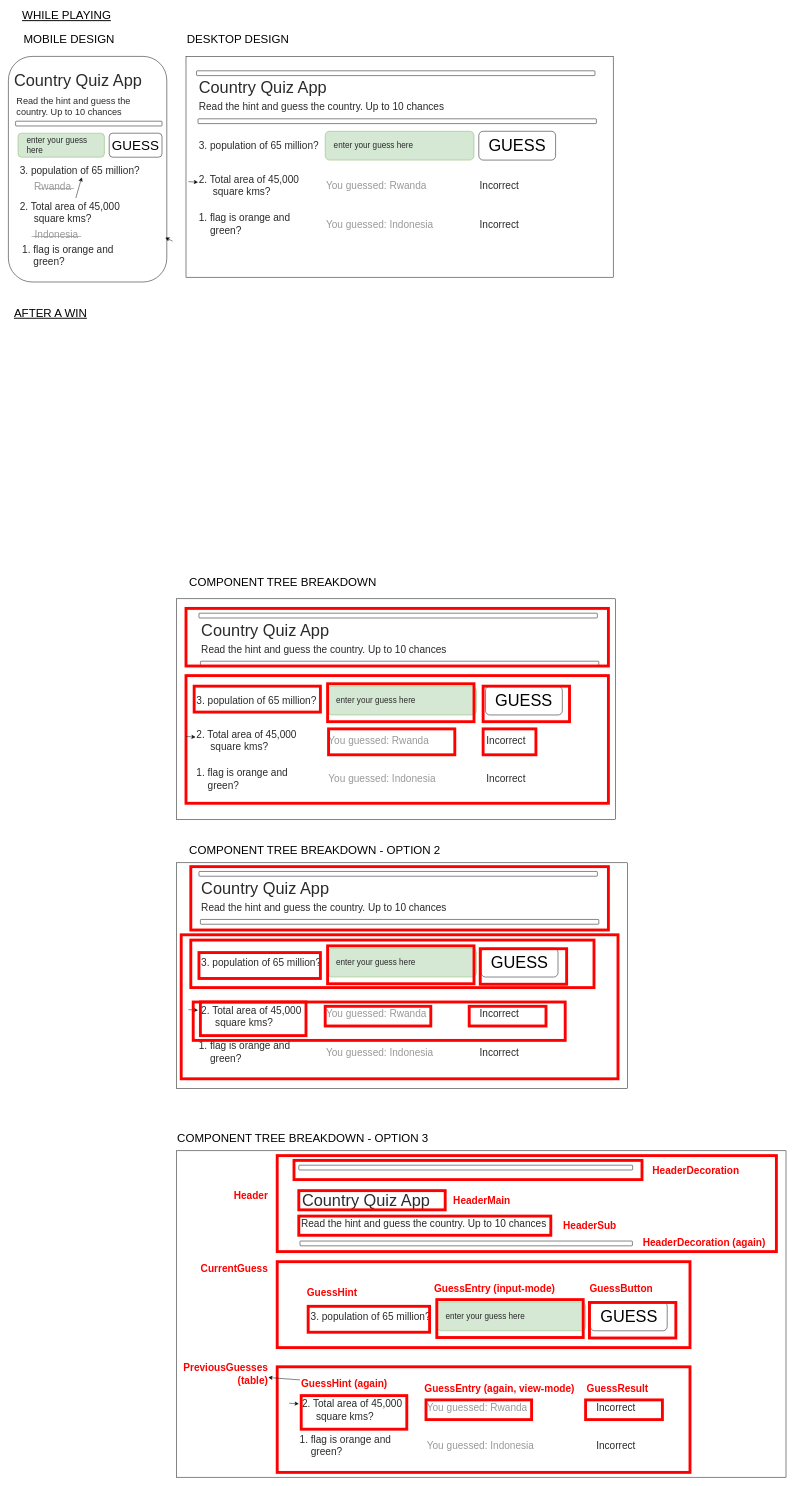
Above: quiz-design.drawio in nicfheorais/country-api-quiz (draw.io), before the change. Source tidied: cells renumbered, new cells numbered last; positions are measured from the earlier drawing's top-left corner, leaving out a move shared by most shapes. Both pictures are drawn from the tidied source at 48%, with x=0, y=0 at pixel (8, 8).
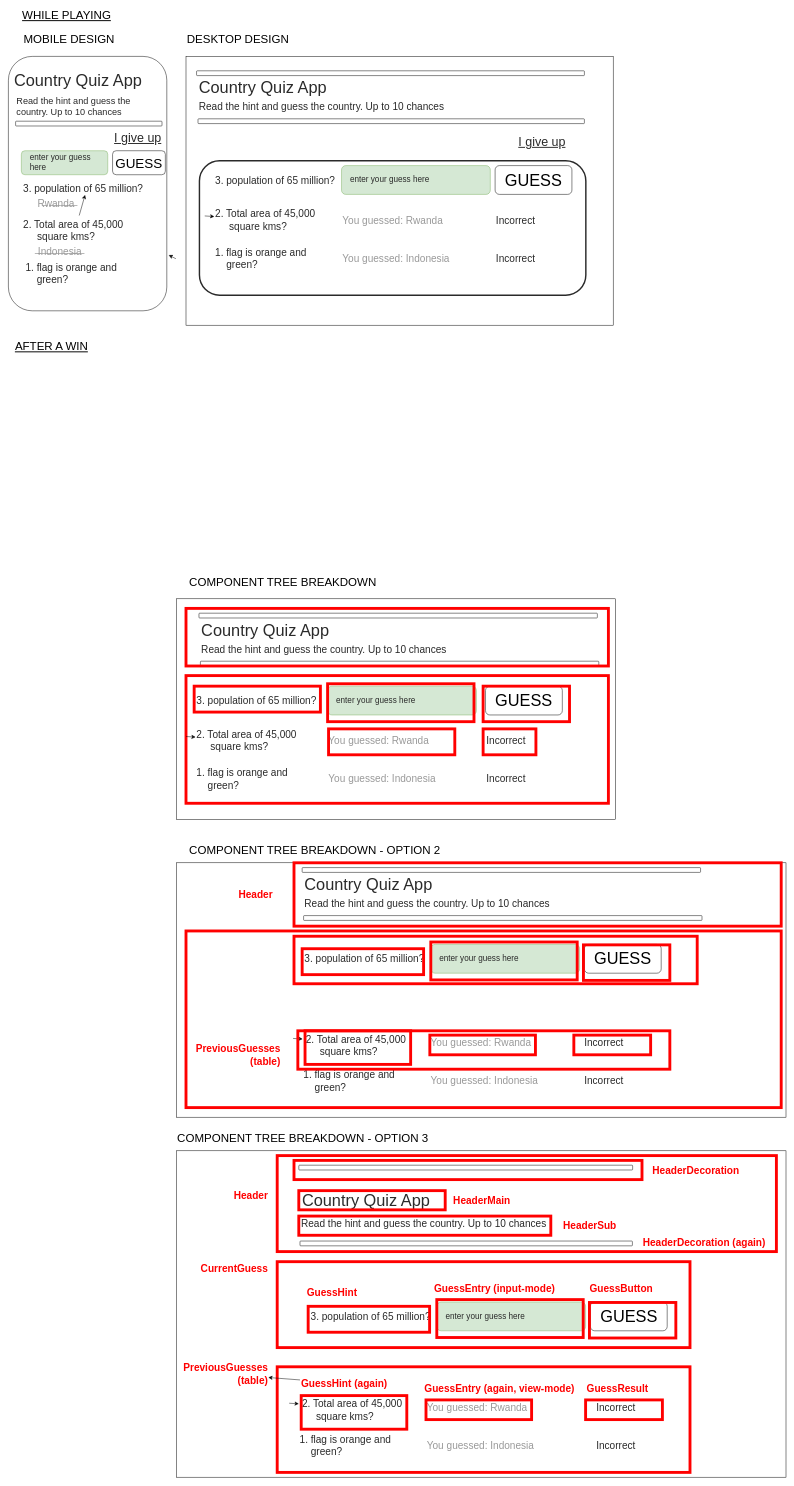
Above is the later version.

Commit message (it also covers changes not shown here):
expanded design and the readme desciription

Change to the diagram source:
```diff
@@
+    <mxCell id="4" style="rounded=0;whiteSpace=wrap;html=1;fillColor=#FFFFFF;" parent="1" vertex="1">
+      <mxGeometry x="370" y="100" width="890" height="560" as="geometry" />
+    </mxCell>
@@
-    <mxCell id="4" style="rounded=0;whiteSpace=wrap;html=1;fillColor=#FFFFFF;" parent="1" vertex="1">
-      <mxGeometry x="370" y="100" width="890" height="460" as="geometry" />
-    </mxCell>
     <mxCell id="5" value="Incorrect" style="text;html=1;strokeColor=none;fillColor=none;align=left;verticalAlign=middle;whiteSpace=wrap;rounded=0;fontSize=21;fontColor=#2A2A2A;" parent="1" vertex="1">
-      <mxGeometry x="980" y="354" width="160" height="30" as="geometry" />
+      <mxGeometry x="1014" y="425.5" width="160" height="30" as="geometry" />
     </mxCell>
@@
     <mxCell id="7" style="rounded=1;whiteSpace=wrap;html=1;fillColor=#FFFFFF;" parent="1" vertex="1">
-      <mxGeometry y="100" width="330" height="470" as="geometry" />
+      <mxGeometry y="100" width="330" height="530" as="geometry" />
     </mxCell>
@@
     <mxCell id="9" value="GUESS" style="rounded=1;whiteSpace=wrap;html=1;fontSize=34;fontStyle=0;align=center;" parent="1" vertex="1">
-      <mxGeometry x="980" y="256" width="160" height="60" as="geometry" />
+      <mxGeometry x="1014" y="327.5" width="160" height="60" as="geometry" />
     </mxCell>
     <mxCell id="10" value="&lt;font color=&quot;#2a2a2a&quot;&gt;enter your guess here&lt;/font&gt;" style="rounded=1;whiteSpace=wrap;html=1;fillColor=#d5e8d4;strokeColor=#82b366;align=left;fontColor=#1A1A1A;fontSize=17;spacingLeft=16;" parent="1" vertex="1">
-      <mxGeometry x="660" y="256" width="310" height="60" as="geometry" />
+      <mxGeometry x="694" y="327.5" width="310" height="60" as="geometry" />
     </mxCell>
@@
     <mxCell id="13" value="3. population of 65 million?" style="text;html=1;align=left;verticalAlign=middle;fillColor=none;strokeColor=none;rounded=0;fontSize=21;fontColor=#2A2A2A;" parent="1" vertex="1">
-      <mxGeometry x="395" y="271" width="270" height="30" as="geometry" />
+      <mxGeometry x="429" y="342.5" width="270" height="30" as="geometry" />
     </mxCell>
     <mxCell id="14" value="2. Total area of 45,000 &lt;br&gt;&amp;nbsp; &amp;nbsp; &amp;nbsp;square kms?" style="text;html=1;align=left;verticalAlign=middle;points=[];fillColor=none;strokeColor=none;rounded=0;fontSize=21;fontColor=#2A2A2A;" parent="1" vertex="1">
-      <mxGeometry x="395" y="339" width="220" height="60" as="geometry" />
+      <mxGeometry x="429" y="410.5" width="220" height="60" as="geometry" />
     </mxCell>
     <mxCell id="15" value="1. flag is orange and &lt;br&gt;&amp;nbsp; &amp;nbsp; green?" style="text;html=1;align=left;verticalAlign=middle;fillColor=none;strokeColor=none;rounded=0;fontSize=21;fontColor=#2A2A2A;" parent="1" vertex="1">
-      <mxGeometry x="395" y="419" width="210" height="60" as="geometry" />
+      <mxGeometry x="429" y="490.5" width="210" height="60" as="geometry" />
     </mxCell>
     <mxCell id="16" value="You guessed: Rwanda" style="text;align=left;verticalAlign=middle;fillColor=none;strokeColor=none;rounded=0;fontSize=21;fontColor=#999999;html=1;strikethrough=true;" parent="1" vertex="1">
-      <mxGeometry x="660" y="354" width="220" height="30" as="geometry" />
+      <mxGeometry x="694" y="425.5" width="220" height="30" as="geometry" />
     </mxCell>
     <mxCell id="17" value="Incorrect" style="text;html=1;strokeColor=none;fillColor=none;align=left;verticalAlign=middle;whiteSpace=wrap;rounded=0;fontSize=21;fontColor=#2A2A2A;" parent="1" vertex="1">
-      <mxGeometry x="980" y="434" width="160" height="30" as="geometry" />
+      <mxGeometry x="1014" y="505.5" width="160" height="30" as="geometry" />
     </mxCell>
     <mxCell id="18" value="You guessed: Indonesia" style="text;html=1;align=left;verticalAlign=middle;fillColor=none;strokeColor=none;rounded=0;fontSize=21;fontColor=#999999;" parent="1" vertex="1">
-      <mxGeometry x="660" y="434" width="240" height="30" as="geometry" />
+      <mxGeometry x="694" y="505.5" width="240" height="30" as="geometry" />
     </mxCell>
     <mxCell id="19" style="edgeStyle=none;html=1;fontSize=32;fontColor=#2A2A2A;" parent="1" edge="1" target="14">
       <mxGeometry relative="1" as="geometry">
-        <mxPoint x="375" y="360.9" as="sourcePoint" />
+        <mxPoint x="409" y="432.4" as="sourcePoint" />
       </mxGeometry>
     </mxCell>
     <mxCell id="20" value="GUESS" style="rounded=1;whiteSpace=wrap;html=1;fontSize=28;fontStyle=0;align=center;" parent="1" vertex="1">
-      <mxGeometry x="210" y="260" width="110" height="50" as="geometry" />
+      <mxGeometry x="217" y="296.5" width="110" height="50" as="geometry" />
     </mxCell>
     <mxCell id="21" value="&lt;font color=&quot;#2a2a2a&quot;&gt;enter your guess here&lt;/font&gt;" style="rounded=1;whiteSpace=wrap;html=1;fillColor=#d5e8d4;strokeColor=#82b366;align=left;fontColor=#1A1A1A;fontSize=17;spacingLeft=16;" parent="1" vertex="1">
-      <mxGeometry x="20" y="260" width="180" height="50" as="geometry" />
+      <mxGeometry x="27" y="296.5" width="180" height="50" as="geometry" />
     </mxCell>
@@
     <mxCell id="24" value="3. population of 65 million?" style="text;html=1;align=left;verticalAlign=middle;points=[];fillColor=none;strokeColor=none;rounded=0;fontSize=21;fontColor=#2A2A2A;" parent="1" vertex="1">
-      <mxGeometry x="22" y="322" width="270" height="30" as="geometry" />
+      <mxGeometry x="29" y="358.5" width="270" height="30" as="geometry" />
     </mxCell>
@@
     <mxCell id="26" value="2. Total area of 45,000 &lt;br&gt;&amp;nbsp; &amp;nbsp; &amp;nbsp;square kms?" style="text;html=1;align=left;verticalAlign=middle;points=[];fillColor=none;strokeColor=none;rounded=0;fontSize=21;fontColor=#2A2A2A;" parent="1" vertex="1">
-      <mxGeometry x="22" y="395" width="220" height="60" as="geometry" />
+      <mxGeometry x="29" y="431.5" width="220" height="60" as="geometry" />
     </mxCell>
     <mxCell id="27" value="1. flag is orange and &lt;br&gt;&amp;nbsp; &amp;nbsp; green?" style="text;html=1;align=left;verticalAlign=middle;fillColor=none;strokeColor=none;rounded=0;fontSize=21;fontColor=#2A2A2A;" parent="1" vertex="1">
-      <mxGeometry x="27" y="485" width="210" height="60" as="geometry" />
+      <mxGeometry x="34" y="521.5" width="210" height="60" as="geometry" />
     </mxCell>
     <mxCell id="28" value="&lt;font color=&quot;#999999&quot;&gt;R̶w̶a̶n̶d̶a̶&lt;/font&gt;" style="text;align=left;verticalAlign=middle;fillColor=none;strokeColor=none;rounded=0;fontSize=21;fontColor=#7D7D7D;html=1;strikethrough=true;" parent="1" vertex="1">
-      <mxGeometry x="52" y="355" width="90" height="30" as="geometry" />
+      <mxGeometry x="59" y="391.5" width="90" height="30" as="geometry" />
     </mxCell>
     <mxCell id="29" value="&amp;nbsp;̶I̶n̶d̶o̶n̶e̶s̶i̶a̶" style="text;html=1;align=left;verticalAlign=middle;fillColor=none;strokeColor=none;rounded=0;fontSize=21;fontColor=#999999;" parent="1" vertex="1">
-      <mxGeometry x="47" y="455" width="110" height="30" as="geometry" />
+      <mxGeometry x="54" y="491.5" width="110" height="30" as="geometry" />
     </mxCell>
     <mxCell id="30" style="edgeStyle=none;html=1;exitX=0.25;exitY=1;exitDx=0;exitDy=0;entryX=0;entryY=0.75;entryDx=0;entryDy=0;fontSize=21;fontColor=#2A2A2A;" parent="1" edge="1">
       <mxGeometry relative="1" as="geometry">
-        <mxPoint x="342" y="485" as="sourcePoint" />
-        <mxPoint x="327" y="477.5" as="targetPoint" />
+        <mxPoint x="349" y="521.5" as="sourcePoint" />
+        <mxPoint x="334" y="514" as="targetPoint" />
       </mxGeometry>
     </mxCell>
     <mxCell id="31" style="rounded=1;whiteSpace=wrap;html=1;fontSize=34;fontStyle=0;align=center;" parent="1" vertex="1">
-      <mxGeometry x="395" y="230" width="830" height="10" as="geometry" />
+      <mxGeometry x="395" y="230" width="805" height="10" as="geometry" />
     </mxCell>
     <mxCell id="32" style="rounded=1;whiteSpace=wrap;html=1;fontSize=34;fontStyle=0;align=center;" parent="1" vertex="1">
-      <mxGeometry x="392" y="130" width="830" height="10" as="geometry" />
+      <mxGeometry x="392" y="130" width="808" height="10" as="geometry" />
     </mxCell>
@@
     <mxCell id="35" value="AFTER A WIN" style="text;html=1;strokeColor=none;fillColor=none;align=left;verticalAlign=middle;whiteSpace=wrap;rounded=0;fontSize=24;fontStyle=4;" parent="1" vertex="1">
-      <mxGeometry x="10" y="620" width="230" height="30" as="geometry" />
+      <mxGeometry x="12" y="690" width="230" height="30" as="geometry" />
     </mxCell>
@@
     <mxCell id="57" style="rounded=0;whiteSpace=wrap;html=1;fillColor=#FFFFFF;" parent="1" vertex="1">
-      <mxGeometry x="350" y="1780" width="940" height="470" as="geometry" />
+      <mxGeometry x="350" y="1780" width="1270" height="530" as="geometry" />
     </mxCell>
     <mxCell id="58" value="Incorrect" style="text;html=1;strokeColor=none;fillColor=none;align=left;verticalAlign=middle;whiteSpace=wrap;rounded=0;fontSize=21;fontColor=#2A2A2A;" parent="1" vertex="1">
-      <mxGeometry x="980" y="2079" width="160" height="30" as="geometry" />
+      <mxGeometry x="1198" y="2139" width="160" height="30" as="geometry" />
     </mxCell>
@@
     <mxCell id="60" value="GUESS" style="rounded=1;whiteSpace=wrap;html=1;fontSize=34;fontStyle=0;align=center;" parent="1" vertex="1">
-      <mxGeometry x="985" y="1958" width="160" height="60" as="geometry" />
+      <mxGeometry x="1200" y="1950" width="160" height="60" as="geometry" />
     </mxCell>
     <mxCell id="61" value="&lt;font color=&quot;#2a2a2a&quot;&gt;enter your guess here&lt;/font&gt;" style="rounded=1;whiteSpace=wrap;html=1;fillColor=#d5e8d4;strokeColor=#82b366;align=left;fontColor=#1A1A1A;fontSize=17;spacingLeft=16;" parent="1" vertex="1">
-      <mxGeometry x="665" y="1958" width="310" height="60" as="geometry" />
+      <mxGeometry x="880" y="1950" width="310" height="60" as="geometry" />
     </mxCell>
     <mxCell id="62" value="Country Quiz App" style="text;html=1;align=left;verticalAlign=middle;fillColor=none;strokeColor=none;rounded=0;fontSize=34;fontColor=#2A2A2A;" parent="1" vertex="1">
-      <mxGeometry x="400" y="1808" width="280" height="50" as="geometry" />
+      <mxGeometry x="615" y="1800" width="280" height="50" as="geometry" />
     </mxCell>
     <mxCell id="63" value="Read the hint and guess the country. Up to 10 chances" style="text;html=1;align=left;verticalAlign=middle;fillColor=none;strokeColor=none;rounded=0;fontSize=21;fontColor=#2A2A2A;" parent="1" vertex="1">
-      <mxGeometry x="400" y="1858" width="530" height="30" as="geometry" />
+      <mxGeometry x="615" y="1850" width="530" height="30" as="geometry" />
     </mxCell>
     <mxCell id="64" value="3. population of 65 million?" style="text;html=1;align=left;verticalAlign=middle;fillColor=none;strokeColor=none;rounded=0;fontSize=21;fontColor=#2A2A2A;" parent="1" vertex="1">
-      <mxGeometry x="400" y="1973" width="270" height="30" as="geometry" />
+      <mxGeometry x="615" y="1965" width="270" height="30" as="geometry" />
     </mxCell>
     <mxCell id="65" value="2. Total area of 45,000 &lt;br&gt;&amp;nbsp; &amp;nbsp; &amp;nbsp;square kms?" style="text;html=1;align=left;verticalAlign=middle;fillColor=none;strokeColor=none;rounded=0;fontSize=21;fontColor=#2A2A2A;" parent="1" vertex="1">
-      <mxGeometry x="400" y="2070" width="220" height="60" as="geometry" />
+      <mxGeometry x="618" y="2130" width="220" height="60" as="geometry" />
     </mxCell>
     <mxCell id="66" value="1. flag is orange and &lt;br&gt;&amp;nbsp; &amp;nbsp; green?" style="text;html=1;align=left;verticalAlign=middle;fillColor=none;strokeColor=none;rounded=0;fontSize=21;fontColor=#2A2A2A;" parent="1" vertex="1">
-      <mxGeometry x="395" y="2144" width="210" height="60" as="geometry" />
+      <mxGeometry x="613" y="2204" width="210" height="60" as="geometry" />
     </mxCell>
     <mxCell id="67" value="You guessed: Rwanda" style="text;align=left;verticalAlign=middle;fillColor=none;strokeColor=none;rounded=0;fontSize=21;fontColor=#999999;html=1;strikethrough=true;" parent="1" vertex="1">
-      <mxGeometry x="660" y="2079" width="220" height="30" as="geometry" />
+      <mxGeometry x="878" y="2139" width="220" height="30" as="geometry" />
     </mxCell>
     <mxCell id="68" value="Incorrect" style="text;html=1;strokeColor=none;fillColor=none;align=left;verticalAlign=middle;whiteSpace=wrap;rounded=0;fontSize=21;fontColor=#2A2A2A;" parent="1" vertex="1">
-      <mxGeometry x="980" y="2159" width="160" height="30" as="geometry" />
+      <mxGeometry x="1198" y="2219" width="160" height="30" as="geometry" />
     </mxCell>
     <mxCell id="69" value="You guessed: Indonesia" style="text;html=1;align=left;verticalAlign=middle;fillColor=none;strokeColor=none;rounded=0;fontSize=21;fontColor=#999999;" parent="1" vertex="1">
-      <mxGeometry x="660" y="2159" width="240" height="30" as="geometry" />
+      <mxGeometry x="878" y="2219" width="240" height="30" as="geometry" />
     </mxCell>
     <mxCell id="70" style="edgeStyle=none;html=1;fontSize=32;fontColor=#2A2A2A;" parent="1" edge="1">
       <mxGeometry relative="1" as="geometry">
-        <mxPoint x="375" y="2085.9" as="sourcePoint" />
-        <mxPoint x="395" y="2087.1" as="targetPoint" />
+        <mxPoint x="593" y="2145.9" as="sourcePoint" />
+        <mxPoint x="613" y="2147.1" as="targetPoint" />
       </mxGeometry>
     </mxCell>
     <mxCell id="71" style="rounded=1;whiteSpace=wrap;html=1;fontSize=34;fontStyle=0;align=center;" parent="1" vertex="1">
-      <mxGeometry x="400" y="1898" width="830" height="10" as="geometry" />
+      <mxGeometry x="615" y="1890" width="830" height="10" as="geometry" />
     </mxCell>
     <mxCell id="72" style="rounded=1;whiteSpace=wrap;html=1;fontSize=34;fontStyle=0;align=center;" parent="1" vertex="1">
-      <mxGeometry x="397" y="1798" width="830" height="10" as="geometry" />
+      <mxGeometry x="612" y="1790" width="830" height="10" as="geometry" />
     </mxCell>
     <mxCell id="73" style="whiteSpace=wrap;html=1;strokeWidth=6;strokeColor=#FF0000;fillColor=none;" parent="1" vertex="1">
-      <mxGeometry x="380" y="1788" width="870" height="132" as="geometry" />
+      <mxGeometry x="595" y="1780" width="1015" height="132" as="geometry" />
     </mxCell>
     <mxCell id="74" style="whiteSpace=wrap;html=1;strokeWidth=6;strokeColor=#FF0000;fillColor=none;" parent="1" vertex="1">
-      <mxGeometry x="380" y="1941" width="840" height="99" as="geometry" />
+      <mxGeometry x="595" y="1933" width="840" height="99" as="geometry" />
     </mxCell>
     <mxCell id="75" style="whiteSpace=wrap;html=1;strokeWidth=6;strokeColor=#FF0000;fillColor=none;" parent="1" vertex="1">
-      <mxGeometry x="983" y="1959" width="180" height="74" as="geometry" />
+      <mxGeometry x="1198" y="1951" width="180" height="74" as="geometry" />
     </mxCell>
     <mxCell id="76" style="whiteSpace=wrap;html=1;strokeWidth=6;strokeColor=#FF0000;fillColor=none;" parent="1" vertex="1">
-      <mxGeometry x="665" y="1953" width="305" height="79" as="geometry" />
+      <mxGeometry x="880" y="1945" width="305" height="79" as="geometry" />
     </mxCell>
     <mxCell id="77" style="whiteSpace=wrap;html=1;strokeWidth=6;strokeColor=#FF0000;fillColor=none;" parent="1" vertex="1">
-      <mxGeometry x="397" y="1967" width="253" height="54" as="geometry" />
+      <mxGeometry x="612" y="1959" width="253" height="54" as="geometry" />
     </mxCell>
     <mxCell id="78" style="whiteSpace=wrap;html=1;strokeWidth=6;strokeColor=#FF0000;fillColor=none;" parent="1" vertex="1">
-      <mxGeometry x="385" y="2070" width="775" height="80" as="geometry" />
+      <mxGeometry x="603" y="2130" width="775" height="80" as="geometry" />
     </mxCell>
     <mxCell id="79" style="whiteSpace=wrap;html=1;strokeWidth=6;strokeColor=#FF0000;fillColor=none;" parent="1" vertex="1">
-      <mxGeometry x="400" y="2070" width="220" height="70" as="geometry" />
+      <mxGeometry x="618" y="2130" width="220" height="70" as="geometry" />
     </mxCell>
     <mxCell id="80" style="whiteSpace=wrap;html=1;strokeWidth=6;strokeColor=#FF0000;fillColor=none;" parent="1" vertex="1">
-      <mxGeometry x="660" y="2079" width="220" height="41" as="geometry" />
+      <mxGeometry x="878" y="2139" width="220" height="41" as="geometry" />
     </mxCell>
     <mxCell id="81" style="whiteSpace=wrap;html=1;strokeWidth=6;strokeColor=#FF0000;fillColor=none;" parent="1" vertex="1">
-      <mxGeometry x="960" y="2079" width="160" height="41" as="geometry" />
+      <mxGeometry x="1178" y="2139" width="160" height="41" as="geometry" />
     </mxCell>
     <mxCell id="82" style="whiteSpace=wrap;html=1;strokeWidth=6;strokeColor=#FF0000;fillColor=none;" parent="1" vertex="1">
-      <mxGeometry x="360" y="1930" width="910" height="300" as="geometry" />
+      <mxGeometry x="370" y="1922" width="1240" height="368" as="geometry" />
     </mxCell>
@@
+    <mxCell id="125" style="rounded=1;whiteSpace=wrap;html=1;fontSize=34;fontStyle=0;align=center;fillColor=none;strokeWidth=3;strokeColor=#2A2A2A;" parent="1" vertex="1">
+      <mxGeometry x="398" y="317.5" width="805" height="280" as="geometry" />
+    </mxCell>
+    <mxCell id="126" value="I give up" style="text;html=1;align=right;verticalAlign=middle;fillColor=none;strokeColor=none;rounded=0;fontSize=26;fontColor=#2A2A2A;fontStyle=4;" parent="1" vertex="1">
+      <mxGeometry x="1052" y="257.5" width="110" height="40" as="geometry" />
+    </mxCell>
+    <mxCell id="127" value="I give up" style="text;html=1;align=right;verticalAlign=middle;fillColor=none;strokeColor=none;rounded=0;fontSize=26;fontColor=#2A2A2A;fontStyle=4;" parent="1" vertex="1">
+      <mxGeometry x="210" y="250" width="110" height="40" as="geometry" />
+    </mxCell>
+    <mxCell id="128" value="Header" style="text;html=1;align=right;verticalAlign=middle;fillColor=none;strokeColor=none;rounded=0;fontColor=#FF0000;fontSize=21;fontStyle=1;" parent="1" vertex="1">
+      <mxGeometry x="461.5" y="1831" width="90" height="30" as="geometry" />
+    </mxCell>
+    <mxCell id="129" value="PreviousGuesses &lt;br&gt;(table)" style="text;html=1;align=right;verticalAlign=middle;fillColor=none;strokeColor=none;rounded=0;fontColor=#FF0000;fontSize=21;fontStyle=1;" parent="1" vertex="1">
+      <mxGeometry x="378" y="2150" width="190" height="60" as="geometry" />
+    </mxCell>
```
